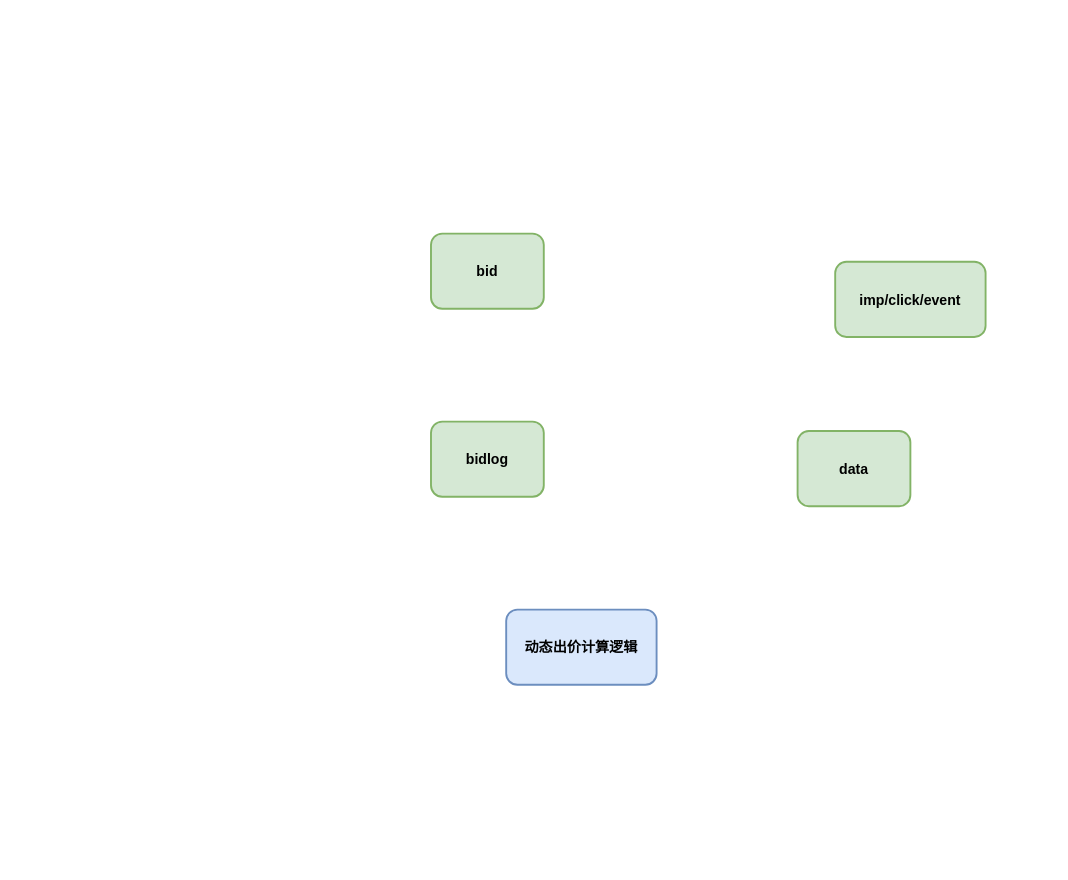
The draw.io diagram sunteng/bidex/动态出价.drawio in donscoco/diagrams, before the edit. Source tidied: cells renumbered, new cells numbered last; positions are measured from the earlier drawing's top-left corner, leaving out a move shared by most shapes. Both pictures are drawn from the tidied source at 94%, with x=0, y=0 at pixel (431, 233).
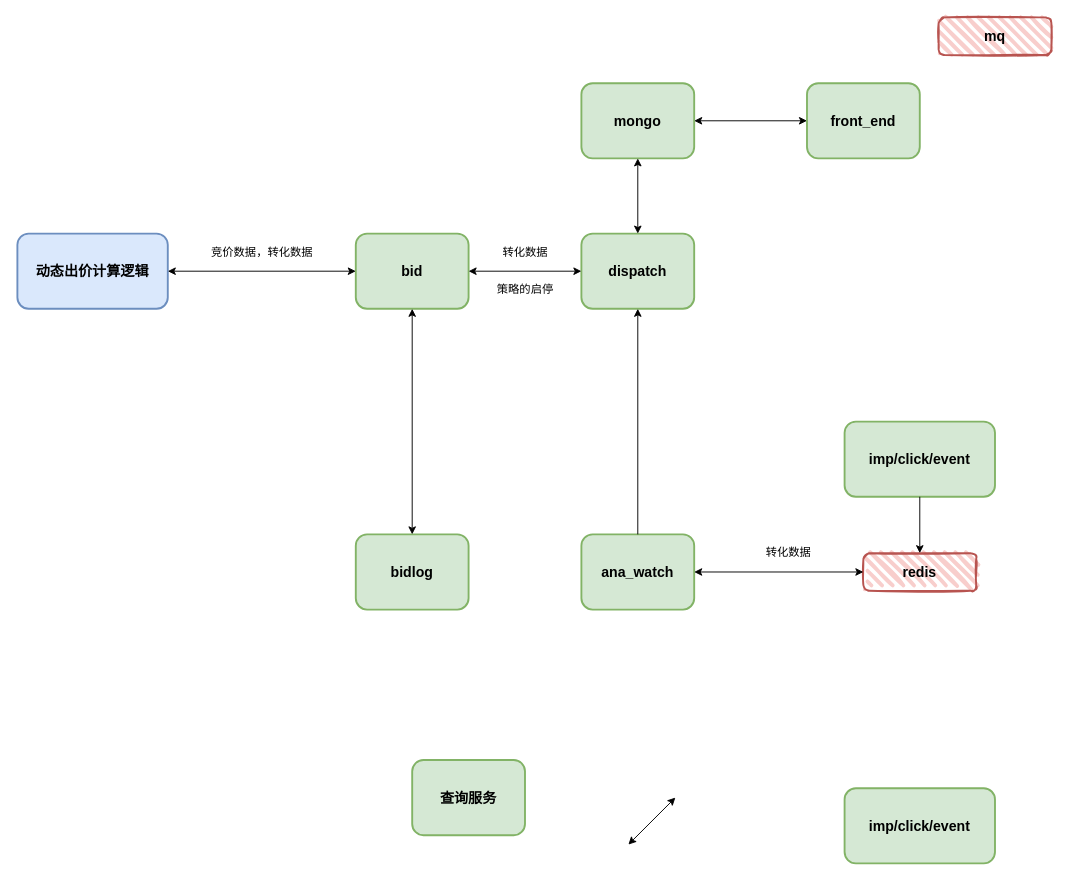
After the change.

Commit message (it also covers changes not shown here):
更新动态出价.drawio

What changed in the source:
```diff
@@
     <mxCell id="2" value="&lt;b&gt;&lt;font style=&quot;font-size: 15px;&quot;&gt;动态出价计算逻辑&lt;/font&gt;&lt;/b&gt;" style="rounded=1;whiteSpace=wrap;html=1;strokeWidth=2;fillWeight=4;hachureGap=8;hachureAngle=45;fillColor=#dae8fc;strokeColor=#6c8ebf;" parent="1" vertex="1">
-      <mxGeometry x="80" y="400" width="160" height="80" as="geometry" />
+      <mxGeometry x="-440" width="160" height="80" as="geometry" />
     </mxCell>
     <mxCell id="3" value="&lt;b&gt;&lt;font style=&quot;font-size: 15px;&quot;&gt;bid&lt;/font&gt;&lt;/b&gt;" style="rounded=1;whiteSpace=wrap;html=1;strokeWidth=2;fillWeight=4;hachureGap=8;hachureAngle=45;fillColor=#d5e8d4;strokeColor=#82b366;" parent="1" vertex="1">
-      <mxGeometry width="120" height="80" as="geometry" />
+      <mxGeometry x="-80" width="120" height="80" as="geometry" />
     </mxCell>
     <mxCell id="4" value="&lt;span style=&quot;font-size: 15px;&quot;&gt;&lt;b&gt;imp/click/event&lt;/b&gt;&lt;/span&gt;" style="rounded=1;whiteSpace=wrap;html=1;strokeWidth=2;fillWeight=4;hachureGap=8;hachureAngle=45;fillColor=#d5e8d4;strokeColor=#82b366;" parent="1" vertex="1">
-      <mxGeometry x="430" y="30" width="160" height="80" as="geometry" />
+      <mxGeometry x="440" y="590" width="160" height="80" as="geometry" />
     </mxCell>
     <mxCell id="5" value="&lt;span style=&quot;font-size: 15px;&quot;&gt;&lt;b&gt;bidlog&lt;/b&gt;&lt;/span&gt;" style="rounded=1;whiteSpace=wrap;html=1;strokeWidth=2;fillWeight=4;hachureGap=8;hachureAngle=45;fillColor=#d5e8d4;strokeColor=#82b366;" parent="1" vertex="1">
-      <mxGeometry y="200" width="120" height="80" as="geometry" />
+      <mxGeometry x="-80" y="320" width="120" height="80" as="geometry" />
     </mxCell>
-    <mxCell id="6" value="&lt;span style=&quot;font-size: 15px;&quot;&gt;&lt;b&gt;data&lt;/b&gt;&lt;/span&gt;" style="rounded=1;whiteSpace=wrap;html=1;strokeWidth=2;fillWeight=4;hachureGap=8;hachureAngle=45;fillColor=#d5e8d4;strokeColor=#82b366;" parent="1" vertex="1">
-      <mxGeometry x="390" y="210" width="120" height="80" as="geometry" />
+    <mxCell id="6" value="&lt;span style=&quot;font-size: 15px;&quot;&gt;&lt;b&gt;查询服务&lt;/b&gt;&lt;/span&gt;" style="rounded=1;whiteSpace=wrap;html=1;strokeWidth=2;fillWeight=4;hachureGap=8;hachureAngle=45;fillColor=#d5e8d4;strokeColor=#82b366;" parent="1" vertex="1">
+      <mxGeometry x="-20" y="560" width="120" height="80" as="geometry" />
     </mxCell>
+    <mxCell id="7" style="endArrow=classic;startArrow=classic;html=1;rounded=0;strokeWidth=1;" parent="1" edge="1">
+      <mxGeometry relative="1" as="geometry">
+        <mxPoint x="210" y="650" as="sourcePoint" />
+        <mxPoint x="260" y="600" as="targetPoint" />
+      </mxGeometry>
+    </mxCell>
+    <mxCell id="8" style="endArrow=classic;startArrow=classic;html=1;rounded=0;strokeWidth=1;" parent="1" edge="1" target="2">
+      <mxGeometry relative="1" as="geometry">
+        <mxPoint x="-80" y="40" as="sourcePoint" />
+      </mxGeometry>
+    </mxCell>
+    <mxCell id="9" value="竞价数据，转化数据" style="text;strokeColor=none;fillColor=none;html=1;fontSize=12;fontStyle=0;verticalAlign=middle;align=center;" parent="1" vertex="1">
+      <mxGeometry x="-240" width="120" height="40" as="geometry" />
+    </mxCell>
+    <mxCell id="10" style="endArrow=classic;startArrow=classic;html=1;rounded=0;strokeWidth=1;entryX=0.5;entryY=1;entryDx=0;entryDy=0;" parent="1" edge="1" source="5" target="3">
+      <mxGeometry relative="1" as="geometry" />
+    </mxCell>
+    <mxCell id="11" value="&lt;span style=&quot;font-size: 15px;&quot;&gt;&lt;b&gt;imp/click/event&lt;/b&gt;&lt;/span&gt;" style="rounded=1;whiteSpace=wrap;html=1;strokeWidth=2;fillWeight=4;hachureGap=8;hachureAngle=45;fillColor=#d5e8d4;strokeColor=#82b366;" parent="1" vertex="1">
+      <mxGeometry x="440" y="200" width="160" height="80" as="geometry" />
+    </mxCell>
+    <mxCell id="12" value="redis" style="rounded=1;whiteSpace=wrap;html=1;strokeWidth=2;fillWeight=4;hachureGap=8;hachureAngle=45;fillColor=#f8cecc;sketch=1;strokeColor=#b85450;fontStyle=1;fontSize=15;" parent="1" vertex="1">
+      <mxGeometry x="460" y="340" width="120" height="40" as="geometry" />
+    </mxCell>
+    <mxCell id="13" value="&lt;span style=&quot;font-size: 15px;&quot;&gt;&lt;b&gt;dispatch&lt;/b&gt;&lt;/span&gt;" style="rounded=1;whiteSpace=wrap;html=1;strokeWidth=2;fillWeight=4;hachureGap=8;hachureAngle=45;fillColor=#d5e8d4;strokeColor=#82b366;" parent="1" vertex="1">
+      <mxGeometry x="160" width="120" height="80" as="geometry" />
+    </mxCell>
+    <mxCell id="14" value="mq" style="rounded=1;whiteSpace=wrap;html=1;strokeWidth=2;fillWeight=4;hachureGap=8;hachureAngle=45;fillColor=#f8cecc;sketch=1;strokeColor=#b85450;fontStyle=1;fontSize=15;" parent="1" vertex="1">
+      <mxGeometry x="540" y="-230" width="120" height="40" as="geometry" />
+    </mxCell>
+    <mxCell id="15" style="endArrow=classic;html=1;rounded=0;exitX=0.5;exitY=1;exitDx=0;exitDy=0;entryX=0.5;entryY=0;entryDx=0;entryDy=0;" parent="1" edge="1" source="11" target="12">
+      <mxGeometry relative="1" as="geometry" />
+    </mxCell>
+    <mxCell id="16" value="&lt;span style=&quot;font-size: 15px;&quot;&gt;&lt;b&gt;ana_watch&lt;/b&gt;&lt;/span&gt;" style="rounded=1;whiteSpace=wrap;html=1;strokeWidth=2;fillWeight=4;hachureGap=8;hachureAngle=45;fillColor=#d5e8d4;strokeColor=#82b366;" parent="1" vertex="1">
+      <mxGeometry x="160" y="320" width="120" height="80" as="geometry" />
+    </mxCell>
+    <mxCell id="17" style="endArrow=classic;html=1;rounded=0;exitX=0.5;exitY=0;exitDx=0;exitDy=0;entryX=0.5;entryY=1;entryDx=0;entryDy=0;" parent="1" edge="1" source="16" target="13">
+      <mxGeometry relative="1" as="geometry" />
+    </mxCell>
+    <mxCell id="18" style="endArrow=classic;startArrow=classic;html=1;rounded=0;strokeWidth=1;exitX=1;exitY=0.5;exitDx=0;exitDy=0;entryX=0;entryY=0.5;entryDx=0;entryDy=0;" parent="1" edge="1" source="16" target="12">
+      <mxGeometry relative="1" as="geometry" />
+    </mxCell>
+    <mxCell id="19" value="转化数据" style="text;strokeColor=none;fillColor=none;html=1;fontSize=12;fontStyle=0;verticalAlign=middle;align=center;" parent="1" vertex="1">
+      <mxGeometry x="320" y="320" width="120" height="40" as="geometry" />
+    </mxCell>
+    <mxCell id="20" value="&lt;span style=&quot;font-size: 15px;&quot;&gt;&lt;b&gt;mongo&lt;/b&gt;&lt;/span&gt;" style="rounded=1;whiteSpace=wrap;html=1;strokeWidth=2;fillWeight=4;hachureGap=8;hachureAngle=45;fillColor=#d5e8d4;strokeColor=#82b366;" parent="1" vertex="1">
+      <mxGeometry x="160" y="-160" width="120" height="80" as="geometry" />
+    </mxCell>
+    <mxCell id="21" style="endArrow=classic;startArrow=classic;html=1;rounded=0;strokeWidth=1;exitX=1;exitY=0.5;exitDx=0;exitDy=0;entryX=0;entryY=0.5;entryDx=0;entryDy=0;" parent="1" edge="1" source="3" target="13">
+      <mxGeometry relative="1" as="geometry" />
+    </mxCell>
+    <mxCell id="22" value="策略的启停" style="text;strokeColor=none;fillColor=none;html=1;fontSize=12;fontStyle=0;verticalAlign=middle;align=center;" parent="1" vertex="1">
+      <mxGeometry x="40" y="40" width="120" height="40" as="geometry" />
+    </mxCell>
+    <mxCell id="23" value="转化数据" style="text;strokeColor=none;fillColor=none;html=1;fontSize=12;fontStyle=0;verticalAlign=middle;align=center;" parent="1" vertex="1">
+      <mxGeometry x="40" width="120" height="40" as="geometry" />
+    </mxCell>
+    <mxCell id="24" style="endArrow=classic;startArrow=classic;html=1;rounded=0;entryX=0.5;entryY=1;entryDx=0;entryDy=0;exitX=0.5;exitY=0;exitDx=0;exitDy=0;" parent="1" edge="1" source="13" target="20">
+      <mxGeometry relative="1" as="geometry" />
+    </mxCell>
+    <mxCell id="25" value="&lt;span style=&quot;font-size: 15px;&quot;&gt;&lt;b&gt;front_end&lt;/b&gt;&lt;/span&gt;" style="rounded=1;whiteSpace=wrap;html=1;strokeWidth=2;fillWeight=4;hachureGap=8;hachureAngle=45;fillColor=#d5e8d4;strokeColor=#82b366;" parent="1" vertex="1">
+      <mxGeometry x="400" y="-160" width="120" height="80" as="geometry" />
+    </mxCell>
+    <mxCell id="26" style="endArrow=classic;startArrow=classic;html=1;rounded=0;strokeWidth=1;exitX=1;exitY=0.5;exitDx=0;exitDy=0;entryX=0;entryY=0.5;entryDx=0;entryDy=0;" parent="1" edge="1" source="20" target="25">
+      <mxGeometry relative="1" as="geometry" />
+    </mxCell>
```
